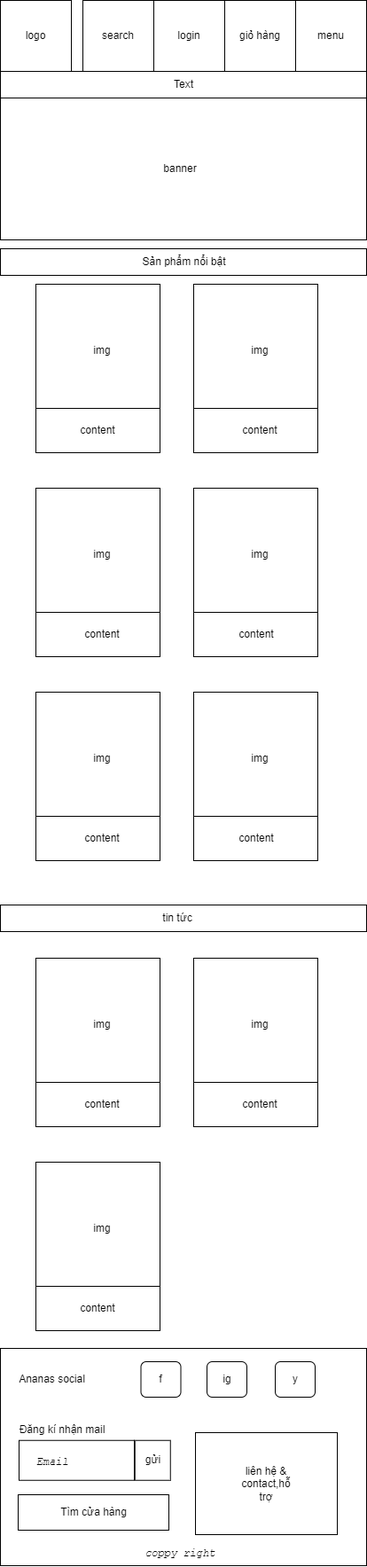
Before: assignment/img/index(mobile).png, a diagram exported from draw.io (z3dat/web106_ph36652). Source tidied: cells renumbered, new cells last; positions are measured from the earlier drawing's top-left corner, leaving out a move shared by most shapes. Source of this version:
```xml
<mxGraphModel background="#ffffff">
  <root>
    <mxCell id="0" />
    <mxCell id="1" parent="0" />
    <mxCell id="2" style="whiteSpace=wrap;html=1;" parent="1" vertex="1">
      <mxGeometry width="80" height="80" as="geometry" />
    </mxCell>
    <mxCell id="3" value="logo" style="text;html=1;strokeColor=none;fillColor=none;align=center;verticalAlign=middle;whiteSpace=wrap;rounded=0;" parent="1" vertex="1">
      <mxGeometry x="10" y="25" width="60" height="30" as="geometry" />
    </mxCell>
    <mxCell id="4" style="whiteSpace=wrap;html=1;" parent="1" vertex="1">
      <mxGeometry x="333" width="80" height="80" as="geometry" />
    </mxCell>
    <mxCell id="5" value="menu" style="text;html=1;strokeColor=none;fillColor=none;align=center;verticalAlign=middle;whiteSpace=wrap;rounded=0;" parent="1" vertex="1">
      <mxGeometry x="343" y="25" width="60" height="30" as="geometry" />
    </mxCell>
    <mxCell id="6" style="whiteSpace=wrap;html=1;" parent="1" vertex="1">
      <mxGeometry x="253" width="80" height="80" as="geometry" />
    </mxCell>
    <mxCell id="7" style="whiteSpace=wrap;html=1;" parent="1" vertex="1">
      <mxGeometry x="173" width="80" height="80" as="geometry" />
    </mxCell>
    <mxCell id="8" style="whiteSpace=wrap;html=1;" parent="1" vertex="1">
      <mxGeometry x="93" width="80" height="80" as="geometry" />
    </mxCell>
    <mxCell id="9" value="search" style="text;html=1;strokeColor=none;fillColor=none;align=center;verticalAlign=middle;whiteSpace=wrap;rounded=0;" parent="1" vertex="1">
      <mxGeometry x="103" y="25" width="60" height="30" as="geometry" />
    </mxCell>
    <mxCell id="10" value="login" style="text;html=1;strokeColor=none;fillColor=none;align=center;verticalAlign=middle;whiteSpace=wrap;rounded=0;" parent="1" vertex="1">
      <mxGeometry x="183" y="25" width="60" height="30" as="geometry" />
    </mxCell>
    <mxCell id="11" value="giỏ hàng" style="text;html=1;strokeColor=none;fillColor=none;align=center;verticalAlign=middle;whiteSpace=wrap;rounded=0;" parent="1" vertex="1">
      <mxGeometry x="263" y="25" width="60" height="30" as="geometry" />
    </mxCell>
    <mxCell id="12" style="rounded=0;whiteSpace=wrap;html=1;perimeterSpacing=0;" parent="1" vertex="1">
      <mxGeometry y="80" width="413" height="30" as="geometry" />
    </mxCell>
    <mxCell id="13" value="Text" style="text;html=1;strokeColor=none;fillColor=none;align=center;verticalAlign=middle;whiteSpace=wrap;rounded=0;" parent="1" vertex="1">
      <mxGeometry x="177" y="80" width="60" height="30" as="geometry" />
    </mxCell>
    <mxCell id="14" style="rounded=0;whiteSpace=wrap;html=1;" parent="1" vertex="1">
      <mxGeometry y="110" width="413" height="160" as="geometry" />
    </mxCell>
    <mxCell id="15" value="banner" style="text;html=1;strokeColor=none;fillColor=none;align=center;verticalAlign=middle;whiteSpace=wrap;rounded=0;" parent="1" vertex="1">
      <mxGeometry x="173" y="175" width="60" height="30" as="geometry" />
    </mxCell>
    <mxCell id="16" style="rounded=0;whiteSpace=wrap;html=1;" parent="1" vertex="1">
      <mxGeometry y="280" width="413" height="30" as="geometry" />
    </mxCell>
    <mxCell id="17" value="Sản phẩm nổi bật" style="text;html=1;strokeColor=none;fillColor=none;align=center;verticalAlign=middle;whiteSpace=wrap;rounded=0;" parent="1" vertex="1">
      <mxGeometry x="158.5" y="280" width="97" height="30" as="geometry" />
    </mxCell>
    <mxCell id="18" style="whiteSpace=wrap;html=1;" parent="1" vertex="1">
      <mxGeometry x="40" y="320" width="140" height="140" as="geometry" />
    </mxCell>
    <mxCell id="19" style="whiteSpace=wrap;html=1;" parent="1" vertex="1">
      <mxGeometry x="218" y="320" width="140" height="140" as="geometry" />
    </mxCell>
    <mxCell id="20" value="img" style="text;html=1;strokeColor=none;fillColor=none;align=center;verticalAlign=middle;whiteSpace=wrap;rounded=0;" parent="1" vertex="1">
      <mxGeometry x="85" y="380" width="60" height="30" as="geometry" />
    </mxCell>
    <mxCell id="21" value="img" style="text;html=1;strokeColor=none;fillColor=none;align=center;verticalAlign=middle;whiteSpace=wrap;rounded=0;" parent="1" vertex="1">
      <mxGeometry x="263" y="380" width="60" height="30" as="geometry" />
    </mxCell>
    <mxCell id="22" style="rounded=0;whiteSpace=wrap;html=1;" parent="1" vertex="1">
      <mxGeometry x="40" y="460" width="140" height="50" as="geometry" />
    </mxCell>
    <mxCell id="23" style="rounded=0;whiteSpace=wrap;html=1;" parent="1" vertex="1">
      <mxGeometry x="218" y="460" width="140" height="50" as="geometry" />
    </mxCell>
    <mxCell id="24" value="content" style="text;html=1;strokeColor=none;fillColor=none;align=center;verticalAlign=middle;whiteSpace=wrap;rounded=0;" parent="1" vertex="1">
      <mxGeometry x="80" y="470" width="60" height="30" as="geometry" />
    </mxCell>
    <mxCell id="25" value="content" style="text;html=1;strokeColor=none;fillColor=none;align=center;verticalAlign=middle;whiteSpace=wrap;rounded=0;" parent="1" vertex="1">
      <mxGeometry x="263" y="470" width="60" height="30" as="geometry" />
    </mxCell>
    <mxCell id="26" style="rounded=0;whiteSpace=wrap;html=1;" parent="1" vertex="1">
      <mxGeometry y="1020" width="413" height="30" as="geometry" />
    </mxCell>
    <mxCell id="27" style="whiteSpace=wrap;html=1;" parent="1" vertex="1">
      <mxGeometry x="40" y="550" width="140" height="140" as="geometry" />
    </mxCell>
    <mxCell id="28" style="whiteSpace=wrap;html=1;" parent="1" vertex="1">
      <mxGeometry x="218" y="550" width="140" height="140" as="geometry" />
    </mxCell>
    <mxCell id="29" value="img" style="text;html=1;strokeColor=none;fillColor=none;align=center;verticalAlign=middle;whiteSpace=wrap;rounded=0;" parent="1" vertex="1">
      <mxGeometry x="85" y="610" width="60" height="30" as="geometry" />
    </mxCell>
    <mxCell id="30" value="img" style="text;html=1;strokeColor=none;fillColor=none;align=center;verticalAlign=middle;whiteSpace=wrap;rounded=0;" parent="1" vertex="1">
      <mxGeometry x="263" y="610" width="60" height="30" as="geometry" />
    </mxCell>
    <mxCell id="31" style="rounded=0;whiteSpace=wrap;html=1;" parent="1" vertex="1">
      <mxGeometry x="218" y="690" width="140" height="50" as="geometry" />
    </mxCell>
    <mxCell id="32" value="content" style="text;html=1;strokeColor=none;fillColor=none;align=center;verticalAlign=middle;whiteSpace=wrap;rounded=0;" parent="1" vertex="1">
      <mxGeometry x="259" y="700" width="60" height="30" as="geometry" />
    </mxCell>
    <mxCell id="33" value="tin tức" style="text;html=1;strokeColor=none;fillColor=none;align=center;verticalAlign=middle;whiteSpace=wrap;rounded=0;" parent="1" vertex="1">
      <mxGeometry x="149.5" y="1020" width="100" height="30" as="geometry" />
    </mxCell>
    <mxCell id="34" style="rounded=0;whiteSpace=wrap;html=1;" parent="1" vertex="1">
      <mxGeometry x="40" y="690" width="140" height="50" as="geometry" />
    </mxCell>
    <mxCell id="35" value="content" style="text;html=1;strokeColor=none;fillColor=none;align=center;verticalAlign=middle;whiteSpace=wrap;rounded=0;" parent="1" vertex="1">
      <mxGeometry x="85" y="700" width="60" height="30" as="geometry" />
    </mxCell>
    <mxCell id="36" style="whiteSpace=wrap;html=1;" parent="1" vertex="1">
      <mxGeometry x="40" y="780" width="140" height="140" as="geometry" />
    </mxCell>
    <mxCell id="37" style="whiteSpace=wrap;html=1;" parent="1" vertex="1">
      <mxGeometry x="218" y="780" width="140" height="140" as="geometry" />
    </mxCell>
    <mxCell id="38" value="img" style="text;html=1;strokeColor=none;fillColor=none;align=center;verticalAlign=middle;whiteSpace=wrap;rounded=0;" parent="1" vertex="1">
      <mxGeometry x="85" y="840" width="60" height="30" as="geometry" />
    </mxCell>
    <mxCell id="39" value="img" style="text;html=1;strokeColor=none;fillColor=none;align=center;verticalAlign=middle;whiteSpace=wrap;rounded=0;" parent="1" vertex="1">
      <mxGeometry x="263" y="840" width="60" height="30" as="geometry" />
    </mxCell>
    <mxCell id="40" style="rounded=0;whiteSpace=wrap;html=1;" parent="1" vertex="1">
      <mxGeometry x="218" y="920" width="140" height="50" as="geometry" />
    </mxCell>
    <mxCell id="41" value="content" style="text;html=1;strokeColor=none;fillColor=none;align=center;verticalAlign=middle;whiteSpace=wrap;rounded=0;" parent="1" vertex="1">
      <mxGeometry x="259" y="930" width="60" height="30" as="geometry" />
    </mxCell>
    <mxCell id="42" style="rounded=0;whiteSpace=wrap;html=1;" parent="1" vertex="1">
      <mxGeometry x="40" y="920" width="140" height="50" as="geometry" />
    </mxCell>
    <mxCell id="43" value="content" style="text;html=1;strokeColor=none;fillColor=none;align=center;verticalAlign=middle;whiteSpace=wrap;rounded=0;" parent="1" vertex="1">
      <mxGeometry x="85" y="930" width="60" height="30" as="geometry" />
    </mxCell>
    <mxCell id="44" style="whiteSpace=wrap;html=1;" parent="1" vertex="1">
      <mxGeometry x="40" y="1080" width="140" height="140" as="geometry" />
    </mxCell>
    <mxCell id="45" style="whiteSpace=wrap;html=1;" parent="1" vertex="1">
      <mxGeometry x="218" y="1080" width="140" height="140" as="geometry" />
    </mxCell>
    <mxCell id="46" value="img" style="text;html=1;strokeColor=none;fillColor=none;align=center;verticalAlign=middle;whiteSpace=wrap;rounded=0;" parent="1" vertex="1">
      <mxGeometry x="85" y="1140" width="60" height="30" as="geometry" />
    </mxCell>
    <mxCell id="47" value="img" style="text;html=1;strokeColor=none;fillColor=none;align=center;verticalAlign=middle;whiteSpace=wrap;rounded=0;" parent="1" vertex="1">
      <mxGeometry x="263" y="1140" width="60" height="30" as="geometry" />
    </mxCell>
    <mxCell id="48" style="rounded=0;whiteSpace=wrap;html=1;" parent="1" vertex="1">
      <mxGeometry x="218" y="1220" width="140" height="50" as="geometry" />
    </mxCell>
    <mxCell id="49" value="content" style="text;html=1;strokeColor=none;fillColor=none;align=center;verticalAlign=middle;whiteSpace=wrap;rounded=0;" parent="1" vertex="1">
      <mxGeometry x="263" y="1230" width="60" height="30" as="geometry" />
    </mxCell>
    <mxCell id="50" style="rounded=0;whiteSpace=wrap;html=1;" parent="1" vertex="1">
      <mxGeometry x="40" y="1220" width="140" height="50" as="geometry" />
    </mxCell>
    <mxCell id="51" value="content" style="text;html=1;strokeColor=none;fillColor=none;align=center;verticalAlign=middle;whiteSpace=wrap;rounded=0;" parent="1" vertex="1">
      <mxGeometry x="85" y="1230" width="60" height="30" as="geometry" />
    </mxCell>
    <mxCell id="52" style="whiteSpace=wrap;html=1;" parent="1" vertex="1">
      <mxGeometry x="40" y="1310" width="140" height="140" as="geometry" />
    </mxCell>
    <mxCell id="53" value="img" style="text;html=1;strokeColor=none;fillColor=none;align=center;verticalAlign=middle;whiteSpace=wrap;rounded=0;" parent="1" vertex="1">
      <mxGeometry x="85" y="1370" width="60" height="30" as="geometry" />
    </mxCell>
    <mxCell id="54" style="rounded=0;whiteSpace=wrap;html=1;" parent="1" vertex="1">
      <mxGeometry x="40" y="1450" width="140" height="50" as="geometry" />
    </mxCell>
    <mxCell id="55" value="content" style="text;html=1;strokeColor=none;fillColor=none;align=center;verticalAlign=middle;whiteSpace=wrap;rounded=0;" parent="1" vertex="1">
      <mxGeometry x="80" y="1460" width="60" height="30" as="geometry" />
    </mxCell>
    <mxCell id="56" style="rounded=0;whiteSpace=wrap;html=1;" parent="1" vertex="1">
      <mxGeometry y="1520" width="413" height="245" as="geometry" />
    </mxCell>
    <mxCell id="57" style="rounded=1;whiteSpace=wrap;html=1;" parent="1" vertex="1">
      <mxGeometry x="158.5" y="1535" width="45" height="40" as="geometry" />
    </mxCell>
    <mxCell id="58" style="rounded=1;whiteSpace=wrap;html=1;" parent="1" vertex="1">
      <mxGeometry x="233" y="1535" width="45" height="40" as="geometry" />
    </mxCell>
    <mxCell id="59" style="rounded=1;whiteSpace=wrap;html=1;" parent="1" vertex="1">
      <mxGeometry x="310" y="1535" width="45" height="40" as="geometry" />
    </mxCell>
    <mxCell id="60" value="Ananas social" style="text;html=1;strokeColor=none;fillColor=none;align=center;verticalAlign=middle;whiteSpace=wrap;rounded=0;" parent="1" vertex="1">
      <mxGeometry x="10" y="1540" width="97" height="30" as="geometry" />
    </mxCell>
    <mxCell id="61" value="Đăng kí nhận mail" style="text;html=1;strokeColor=none;fillColor=none;align=center;verticalAlign=middle;whiteSpace=wrap;rounded=0;" parent="1" vertex="1">
      <mxGeometry y="1593.8" width="140" height="36.2" as="geometry" />
    </mxCell>
    <mxCell id="62" style="rounded=0;whiteSpace=wrap;html=1;" parent="1" vertex="1">
      <mxGeometry x="21" y="1623.8" width="130" height="45" as="geometry" />
    </mxCell>
    <mxCell id="63" value="&lt;i&gt;&lt;font face=&quot;Courier New&quot;&gt;Email&lt;/font&gt;&lt;/i&gt;" style="text;html=1;strokeColor=none;fillColor=none;align=center;verticalAlign=middle;whiteSpace=wrap;rounded=0;fillStyle=dots;gradientColor=none;opacity=40;" parent="1" vertex="1">
      <mxGeometry x="28.5" y="1632.5" width="60" height="30" as="geometry" />
    </mxCell>
    <mxCell id="64" style="rounded=0;whiteSpace=wrap;html=1;" parent="1" vertex="1">
      <mxGeometry x="151.8" y="1623.8" width="40" height="45" as="geometry" />
    </mxCell>
    <mxCell id="65" value="gửi" style="text;html=1;strokeColor=none;fillColor=none;align=center;verticalAlign=middle;whiteSpace=wrap;rounded=0;" parent="1" vertex="1">
      <mxGeometry x="153.5" y="1632.5" width="36.5" height="27.5" as="geometry" />
    </mxCell>
    <mxCell id="66" value="f" style="text;html=1;strokeColor=none;fillColor=none;align=center;verticalAlign=middle;whiteSpace=wrap;rounded=0;" parent="1" vertex="1">
      <mxGeometry x="151" y="1540" width="60" height="30" as="geometry" />
    </mxCell>
    <mxCell id="67" value="ig" style="text;html=1;strokeColor=none;fillColor=none;align=center;verticalAlign=middle;whiteSpace=wrap;rounded=0;" parent="1" vertex="1">
      <mxGeometry x="225.5" y="1540" width="60" height="30" as="geometry" />
    </mxCell>
    <mxCell id="68" value="y" style="text;html=1;strokeColor=none;fillColor=none;align=center;verticalAlign=middle;whiteSpace=wrap;rounded=0;" parent="1" vertex="1">
      <mxGeometry x="302.5" y="1540" width="60" height="30" as="geometry" />
    </mxCell>
    <mxCell id="69" style="rounded=0;whiteSpace=wrap;html=1;" parent="1" vertex="1">
      <mxGeometry x="20" y="1685" width="170" height="40" as="geometry" />
    </mxCell>
    <mxCell id="70" value="Tìm cửa hàng" style="text;html=1;strokeColor=none;fillColor=none;align=center;verticalAlign=middle;whiteSpace=wrap;rounded=0;" parent="1" vertex="1">
      <mxGeometry x="46.5" y="1690" width="117" height="30" as="geometry" />
    </mxCell>
    <mxCell id="71" value="&lt;i&gt;&lt;font face=&quot;Courier New&quot;&gt;coppy right&lt;/font&gt;&lt;/i&gt;" style="text;html=1;strokeColor=none;fillColor=none;align=center;verticalAlign=middle;whiteSpace=wrap;rounded=0;" parent="1" vertex="1">
      <mxGeometry x="148" y="1736" width="110" height="30" as="geometry" />
    </mxCell>
    <mxCell id="72" style="rounded=0;whiteSpace=wrap;html=1;" parent="1" vertex="1">
      <mxGeometry x="220" y="1615" width="160" height="115" as="geometry" />
    </mxCell>
    <mxCell id="73" value="liên hệ &amp;amp; contact,hỗ trợ" style="text;html=1;strokeColor=none;fillColor=none;align=center;verticalAlign=middle;whiteSpace=wrap;rounded=0;" parent="1" vertex="1">
      <mxGeometry x="270" y="1658" width="60" height="30" as="geometry" />
    </mxCell>
  </root>
</mxGraphModel>
```
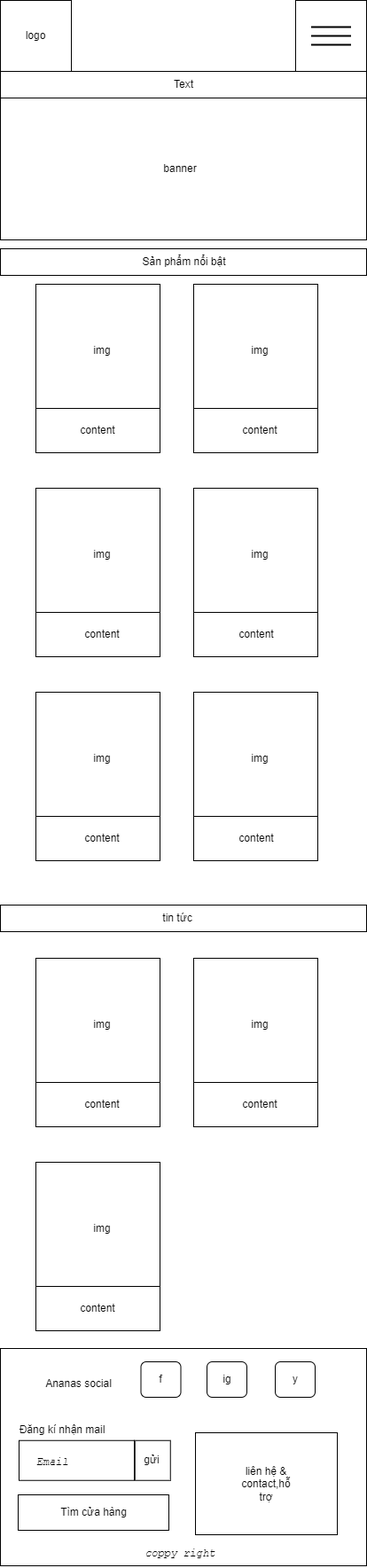
After the change.

What changed in the source:
```diff
@@ -11,27 +11,6 @@
     <mxCell id="4" style="whiteSpace=wrap;html=1;" parent="1" vertex="1">
       <mxGeometry x="333" width="80" height="80" as="geometry" />
     </mxCell>
-    <mxCell id="5" value="menu" style="text;html=1;strokeColor=none;fillColor=none;align=center;verticalAlign=middle;whiteSpace=wrap;rounded=0;" parent="1" vertex="1">
-      <mxGeometry x="343" y="25" width="60" height="30" as="geometry" />
-    </mxCell>
-    <mxCell id="6" style="whiteSpace=wrap;html=1;" parent="1" vertex="1">
-      <mxGeometry x="253" width="80" height="80" as="geometry" />
-    </mxCell>
-    <mxCell id="7" style="whiteSpace=wrap;html=1;" parent="1" vertex="1">
-      <mxGeometry x="173" width="80" height="80" as="geometry" />
-    </mxCell>
-    <mxCell id="8" style="whiteSpace=wrap;html=1;" parent="1" vertex="1">
-      <mxGeometry x="93" width="80" height="80" as="geometry" />
-    </mxCell>
-    <mxCell id="9" value="search" style="text;html=1;strokeColor=none;fillColor=none;align=center;verticalAlign=middle;whiteSpace=wrap;rounded=0;" parent="1" vertex="1">
-      <mxGeometry x="103" y="25" width="60" height="30" as="geometry" />
-    </mxCell>
-    <mxCell id="10" value="login" style="text;html=1;strokeColor=none;fillColor=none;align=center;verticalAlign=middle;whiteSpace=wrap;rounded=0;" parent="1" vertex="1">
-      <mxGeometry x="183" y="25" width="60" height="30" as="geometry" />
-    </mxCell>
-    <mxCell id="11" value="giỏ hàng" style="text;html=1;strokeColor=none;fillColor=none;align=center;verticalAlign=middle;whiteSpace=wrap;rounded=0;" parent="1" vertex="1">
-      <mxGeometry x="263" y="25" width="60" height="30" as="geometry" />
-    </mxCell>
     <mxCell id="12" style="rounded=0;whiteSpace=wrap;html=1;perimeterSpacing=0;" parent="1" vertex="1">
       <mxGeometry y="80" width="413" height="30" as="geometry" />
     </mxCell>
@@ -177,7 +156,7 @@
       <mxGeometry x="310" y="1535" width="45" height="40" as="geometry" />
     </mxCell>
     <mxCell id="60" value="Ananas social" style="text;html=1;strokeColor=none;fillColor=none;align=center;verticalAlign=middle;whiteSpace=wrap;rounded=0;" parent="1" vertex="1">
-      <mxGeometry x="10" y="1540" width="97" height="30" as="geometry" />
+      <mxGeometry x="40" y="1545" width="97" height="30" as="geometry" />
     </mxCell>
     <mxCell id="61" value="Đăng kí nhận mail" style="text;html=1;strokeColor=none;fillColor=none;align=center;verticalAlign=middle;whiteSpace=wrap;rounded=0;" parent="1" vertex="1">
       <mxGeometry y="1593.8" width="140" height="36.2" as="geometry" />
@@ -218,5 +197,14 @@
     <mxCell id="73" value="liên hệ &amp;amp; contact,hỗ trợ" style="text;html=1;strokeColor=none;fillColor=none;align=center;verticalAlign=middle;whiteSpace=wrap;rounded=0;" parent="1" vertex="1">
       <mxGeometry x="270" y="1658" width="60" height="30" as="geometry" />
     </mxCell>
+    <mxCell id="74" style="line;strokeWidth=2;html=1;" parent="1" vertex="1">
+      <mxGeometry x="350.5" y="25" width="45" height="10" as="geometry" />
+    </mxCell>
+    <mxCell id="75" style="line;strokeWidth=2;html=1;" parent="1" vertex="1">
+      <mxGeometry x="350.5" y="35" width="45" height="10" as="geometry" />
+    </mxCell>
+    <mxCell id="76" style="line;strokeWidth=2;html=1;" parent="1" vertex="1">
+      <mxGeometry x="350.5" y="45" width="45" height="10" as="geometry" />
+    </mxCell>
   </root>
 </mxGraphModel>
```
